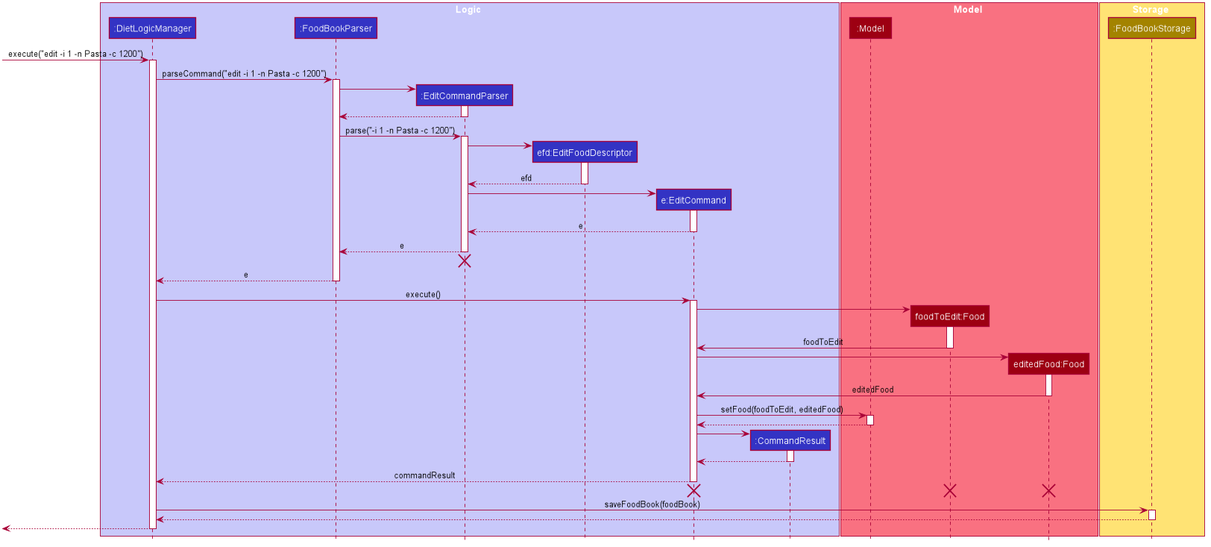
Above: images/DietTrackerEditCommandSequenceDiagram.png in AY1920S2-CS2103T-W13-1/main (PlantUML), before the change. Its diagram source:
```plantuml
@startuml









skinparam BackgroundColor #FFFFFFF

skinparam Shadowing false

skinparam Class {
    FontColor #FFFFFF
    BorderThickness 1
    BorderColor #FFFFFF
    StereotypeFontColor #FFFFFF
    FontName Arial
}

skinparam Actor {
    BorderColor #000000
    Color #000000
    FontName Arial
}

skinparam Sequence {
    MessageAlign center
    BoxFontSize 15
    BoxPadding 0
    BoxFontColor #FFFFFF
    FontName Arial
}

skinparam Participant {
    FontColor #FFFFFFF
    Padding 20
}

skinparam MinClassWidth 50
skinparam ParticipantPadding 10
skinparam Shadowing false
skinparam DefaultTextAlignment center
skinparam packageStyle Rectangle

hide footbox
hide members
hide circle

box Logic #C8C8FA
participant ":DietLogicManager" as LogicManager #3333C4
participant ":FoodBookParser" as FoodBookParser #3333C4
participant ":EditCommandParser" as EditCommandParser #3333C4
participant "efd:EditFoodDescriptor" as EditFoodDescriptor #3333C4
participant "e:EditCommand" as EditCommand #3333C4
participant ":CommandResult" as CommandResult #3333C4
end box

box Model #F97181
participant ":Model" as Model #9D0012
participant "foodToEdit:Food" as FoodToEdit #9D0012
participant "editedFood:Food" as EditedFood #9D0012
end box

box Storage #FFE374
participant ":FoodBookStorage" as FoodBookStorage #A38300
end box

[-> LogicManager : execute("edit -i 1 -n Pasta -c 1200")
activate LogicManager

LogicManager -> FoodBookParser : parseCommand("edit -i 1 -n Pasta -c 1200")
activate FoodBookParser

create EditCommandParser
FoodBookParser -> EditCommandParser
activate EditCommandParser

EditCommandParser --> FoodBookParser
deactivate EditCommandParser

FoodBookParser -> EditCommandParser : parse("-i 1 -n Pasta -c 1200")
activate EditCommandParser

create EditFoodDescriptor
EditCommandParser -> EditFoodDescriptor
activate EditFoodDescriptor

EditFoodDescriptor --> EditCommandParser : efd
deactivate EditFoodDescriptor

create EditCommand
EditCommandParser -> EditCommand
activate EditCommand

EditCommand --> EditCommandParser : e
deactivate EditCommand

EditCommandParser --> FoodBookParser : e
deactivate EditCommandParser
EditCommandParser -[hidden]-> FoodBookParser
destroy EditCommandParser

FoodBookParser --> LogicManager : e
deactivate FoodBookParser

LogicManager -> EditCommand : execute()
activate EditCommand

create FoodToEdit
EditCommand -> FoodToEdit
activate FoodToEdit

FoodToEdit -> EditCommand : foodToEdit
deactivate FoodToEdit

create EditedFood
EditCommand -> EditedFood
activate EditedFood

EditedFood -> EditCommand : editedFood
deactivate EditedFood

EditCommand -> Model : setFood(foodToEdit, editedFood)
activate Model

Model --> EditCommand
deactivate Model

create CommandResult
EditCommand -> CommandResult
activate CommandResult

CommandResult --> EditCommand
deactivate CommandResult

EditCommand --> LogicManager : commandResult
deactivate EditCommand

EditCommand -[hidden]-> LogicManager
destroy EditCommand
destroy FoodToEdit
destroy EditedFood

LogicManager -> FoodBookStorage : saveFoodBook(foodBook)
activate FoodBookStorage

FoodBookStorage --> LogicManager
deactivate FoodBookStorage

[<--LogicManager
deactivate LogicManager
@enduml
```
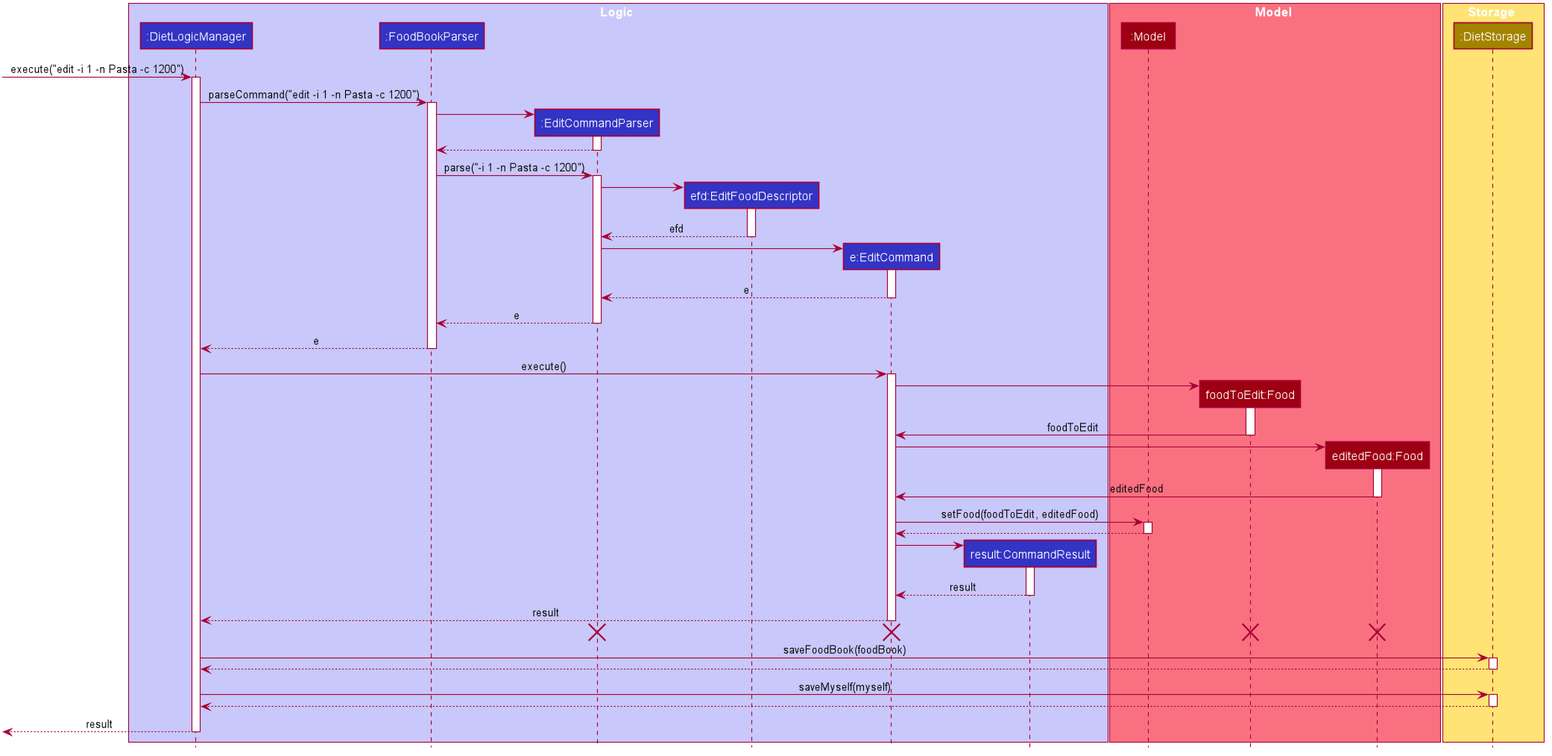
The same diagram one commit later.

The edit, as a diff of the source:
```diff
@@ -55,7 +55,7 @@
 participant ":EditCommandParser" as EditCommandParser #3333C4
 participant "efd:EditFoodDescriptor" as EditFoodDescriptor #3333C4
 participant "e:EditCommand" as EditCommand #3333C4
-participant ":CommandResult" as CommandResult #3333C4
+participant "result:CommandResult" as CommandResult #3333C4
 end box
 
 box Model #F97181
@@ -65,7 +65,7 @@
 end box
 
 box Storage #FFE374
-participant ":FoodBookStorage" as FoodBookStorage #A38300
+participant ":DietStorage" as FoodBookStorage #A38300
 end box
 
 [-> LogicManager : execute("edit -i 1 -n Pasta -c 1200")
@@ -100,8 +100,6 @@
 
 EditCommandParser --> FoodBookParser : e
 deactivate EditCommandParser
-EditCommandParser -[hidden]-> FoodBookParser
-destroy EditCommandParser
 
 FoodBookParser --> LogicManager : e
 deactivate FoodBookParser
@@ -133,16 +131,17 @@
 EditCommand -> CommandResult
 activate CommandResult
 
-CommandResult --> EditCommand
+CommandResult --> EditCommand : result
 deactivate CommandResult
 
-EditCommand --> LogicManager : commandResult
+EditCommand --> LogicManager : result
 deactivate EditCommand
 
 EditCommand -[hidden]-> LogicManager
 destroy EditCommand
 destroy FoodToEdit
 destroy EditedFood
+destroy EditCommandParser
 
 LogicManager -> FoodBookStorage : saveFoodBook(foodBook)
 activate FoodBookStorage
@@ -150,6 +149,12 @@
 FoodBookStorage --> LogicManager
 deactivate FoodBookStorage
 
-[<--LogicManager
+LogicManager -> FoodBookStorage : saveMyself(myself)
+activate FoodBookStorage
+
+FoodBookStorage --> LogicManager
+deactivate FoodBookStorage
+
+[<--LogicManager : result
 deactivate LogicManager
 @enduml
```
